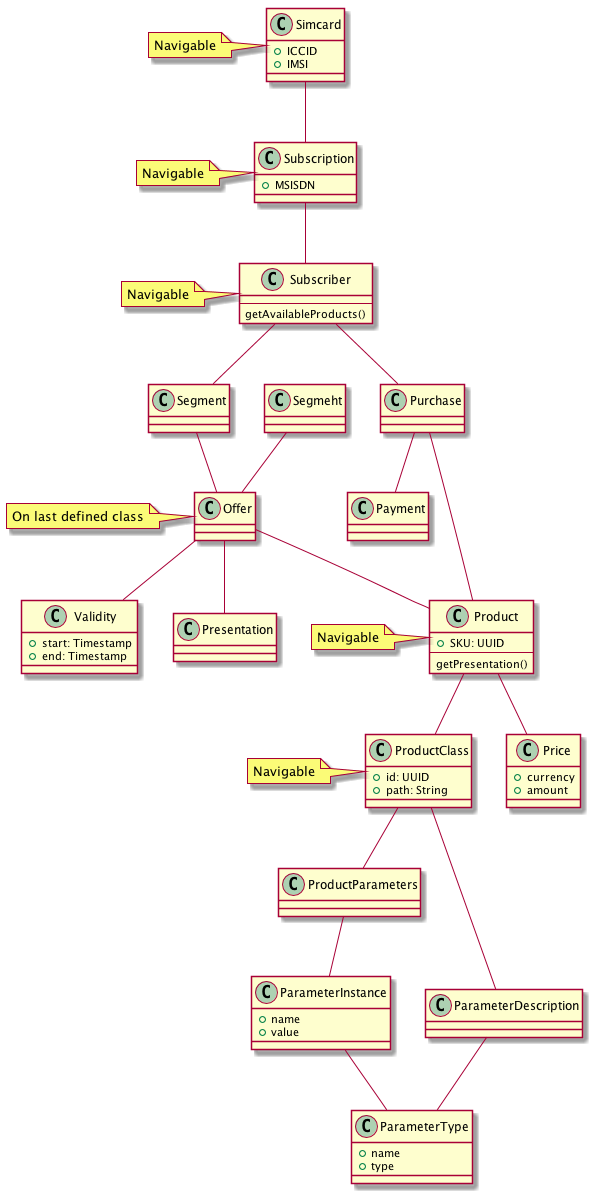
ostelco/ostelco-core keeps this PlantUML diagram as docs/domain-model/classes.png. Above is the earlier version.
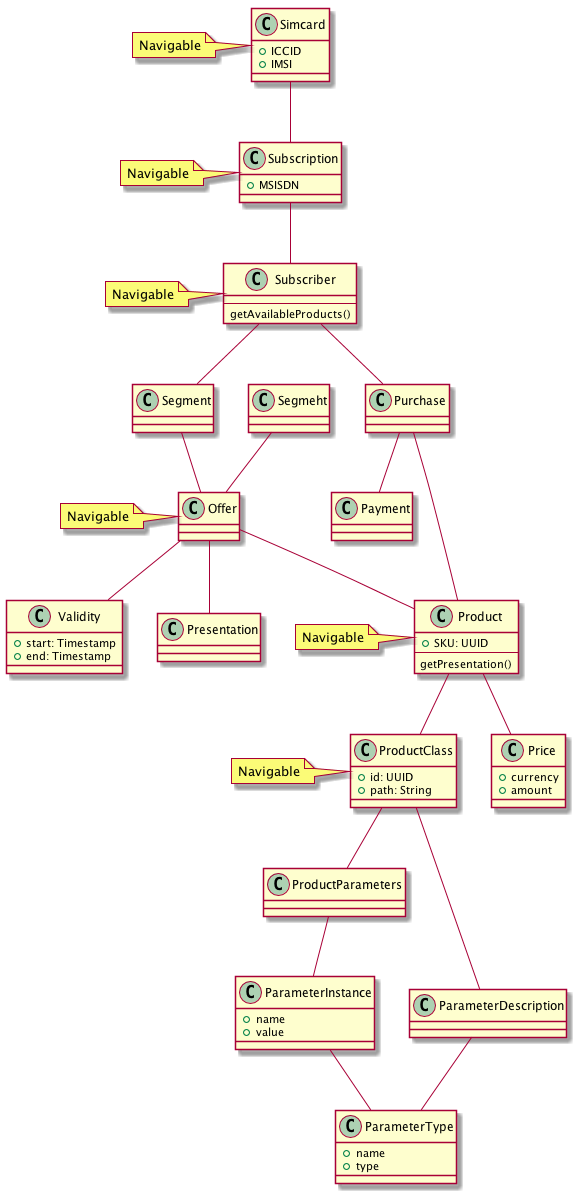
After the commit.

Change to the diagram source:
```diff
@@ -57,7 +57,7 @@
 
 class Offer{
 }
-note left: On last defined class
+note left: Navigable
 
 
 
```
